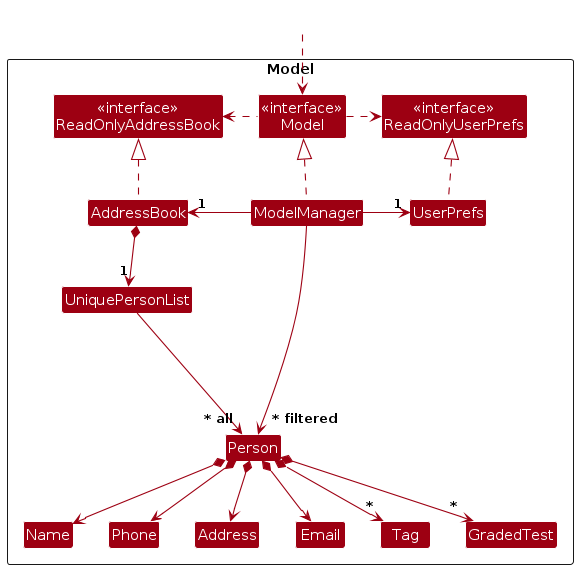
Before: diagrams/ModelClassDiagram.png, a diagram exported from PlantUML (Respirayson/tp). Its source is kept beside it as diagrams/ModelClassDiagram.puml. Source of this version:
```plantuml
@startuml
!include style.puml
skinparam arrowThickness 1.1
skinparam arrowColor MODEL_COLOR
skinparam classBackgroundColor MODEL_COLOR

Package Model as ModelPackage <<Rectangle>>{
Class "<<interface>>\nReadOnlyAddressBook" as ReadOnlyAddressBook
Class "<<interface>>\nReadOnlyUserPrefs" as ReadOnlyUserPrefs
Class "<<interface>>\nModel" as Model
Class AddressBook
Class ModelManager
Class UserPrefs

Class UniquePersonList
Class Person
Class Address
Class Email
Class Name
Class Phone
Class Tag
Class GradedTest

Class I #FFFFFF
}

Class HiddenOutside #FFFFFF
HiddenOutside ..> Model

AddressBook .up.|> ReadOnlyAddressBook

ModelManager .up.|> Model
Model .right.> ReadOnlyUserPrefs
Model .left.> ReadOnlyAddressBook
ModelManager -left-> "1" AddressBook
ModelManager -right-> "1" UserPrefs
UserPrefs .up.|> ReadOnlyUserPrefs

AddressBook *--> "1" UniquePersonList
UniquePersonList --> "~* all" Person
Person *--> Name
Person *--> Phone
Person *--> Email
Person *--> Address
Person *--> "*" Tag
Person *--> "*" GradedTest

Person -[hidden]up--> I
UniquePersonList -[hidden]right-> I

Name -[hidden]right-> Phone
Phone -[hidden]right-> Address
Address -[hidden]right-> Email

ModelManager --> "~* filtered" Person
@enduml
```
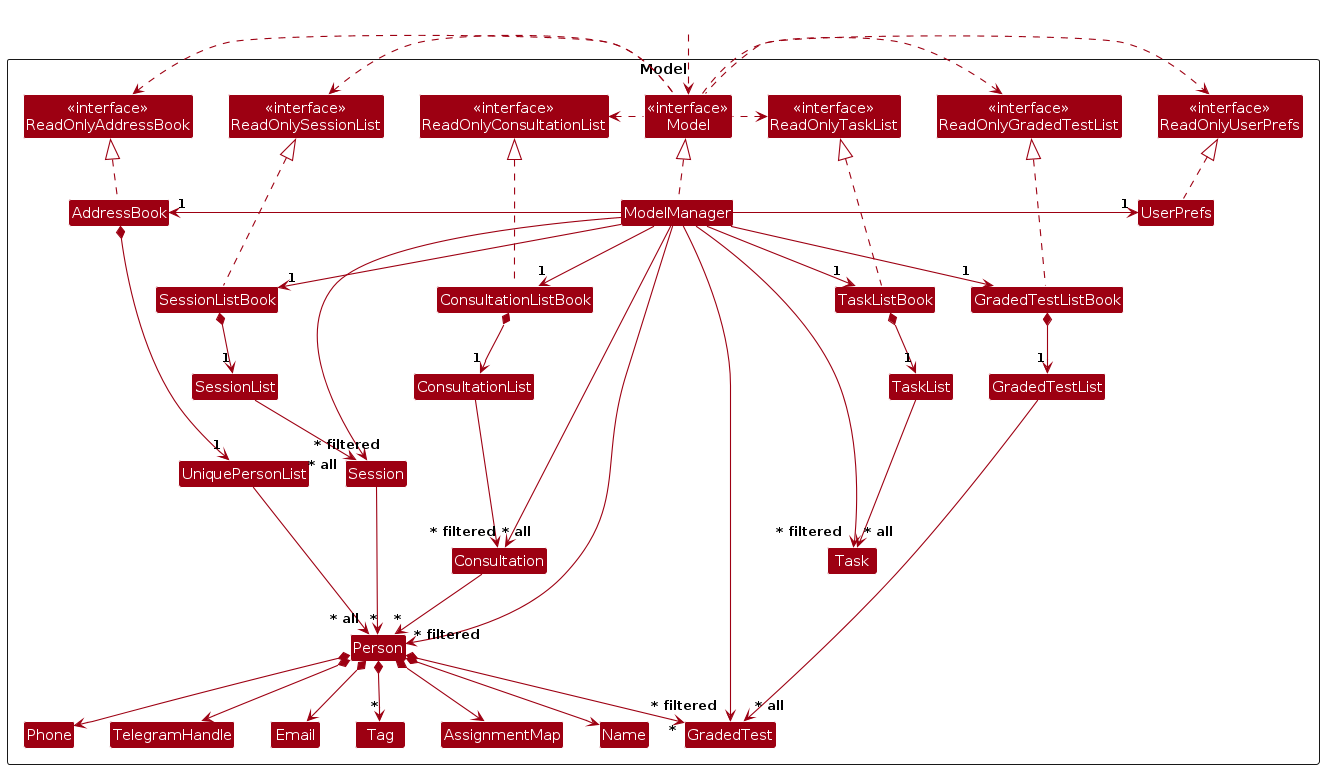
The same diagram one commit later.

What changed in the source:
```diff
@@ -6,51 +6,117 @@
 
 Package Model as ModelPackage <<Rectangle>>{
 Class "<<interface>>\nReadOnlyAddressBook" as ReadOnlyAddressBook
+Class "<<interface>>\nReadOnlyTaskList" as ReadOnlyTaskList
+Class "<<interface>>\nReadOnlyGradedTestList" as ReadOnlyGradedTestList
+Class "<<interface>>\nReadOnlyConsultationList" as ReadOnlyConsultationList
+Class "<<interface>>\nReadOnlySessionList" as ReadOnlySessionList
 Class "<<interface>>\nReadOnlyUserPrefs" as ReadOnlyUserPrefs
 Class "<<interface>>\nModel" as Model
 Class AddressBook
+Class TaskListBook
+Class SessionListBook
+Class ConsultationListBook
+Class GradedTestListBook
 Class ModelManager
 Class UserPrefs
 
 Class UniquePersonList
 Class Person
-Class Address
+Class TelegramHandle
 Class Email
 Class Name
 Class Phone
 Class Tag
 Class GradedTest
 
+Class TaskList
+Class Task
+
+Class ConsultationList
+Class Consultation
+
+Class SessionList
+Class Session
+
+Class GradedTestList
+Class GradedTest
+
+Class AssignmentMap
+
 Class I #FFFFFF
+Class J #FFFFFF
+Class K #FFFFFF
+Class S #FFFFFF
+Class T #FFFFFF
 }
 
 Class HiddenOutside #FFFFFF
 HiddenOutside ..> Model
 
 AddressBook .up.|> ReadOnlyAddressBook
+TaskListBook .up.|> ReadOnlyTaskList
+GradedTestListBook .up.|> ReadOnlyGradedTestList
+SessionListBook .up.|> ReadOnlySessionList
+ConsultationListBook .up.|> ReadOnlyConsultationList
 
 ModelManager .up.|> Model
 Model .right.> ReadOnlyUserPrefs
 Model .left.> ReadOnlyAddressBook
+Model .left.> ReadOnlyTaskList
+Model .left.> ReadOnlyGradedTestList
+Model .left.> ReadOnlySessionList
+Model .left.> ReadOnlyConsultationList
 ModelManager -left-> "1" AddressBook
+ModelManager -down-> "1" TaskListBook
+ModelManager -down-> "1" GradedTestListBook
+ModelManager -down-> "1" ConsultationListBook
+ModelManager -down-> "1" SessionListBook
 ModelManager -right-> "1" UserPrefs
 UserPrefs .up.|> ReadOnlyUserPrefs
 
 AddressBook *--> "1" UniquePersonList
 UniquePersonList --> "~* all" Person
+Person -[hidden]up--> I
+UniquePersonList -[hidden]right-> I
+
 Person *--> Name
 Person *--> Phone
 Person *--> Email
-Person *--> Address
+Person *--> TelegramHandle
 Person *--> "*" Tag
 Person *--> "*" GradedTest
+Person *--> AssignmentMap
 
-Person -[hidden]up--> I
-UniquePersonList -[hidden]right-> I
+
+TaskListBook *--> "1" TaskList
+TaskList --> "~* all" Task
+Task -[hidden]up--> T
+TaskList -[hidden]right-> T
+
+GradedTestListBook *--> "1" GradedTestList
+GradedTestList --> "~* all" GradedTest
+GradedTest -[hidden]up--> K
+GradedTestList -[hidden]right-> J
+
+ConsultationListBook *--> "1" ConsultationList
+ConsultationList --> "~* all" Consultation
+Consultation --> "*" Person
+Consultation -[hidden]up--> K
+ConsultationList -[hidden]right-> J
+
+SessionListBook *--> "1" SessionList
+SessionList --> "~* all" Session
+Session --> "*" Person
+Session -[hidden]up--> S
+SessionList -[hidden]right-> K
 
 Name -[hidden]right-> Phone
-Phone -[hidden]right-> Address
-Address -[hidden]right-> Email
+Phone -[hidden]right-> TelegramHandle
+TelegramHandle -[hidden]right-> Email
 
 ModelManager --> "~* filtered" Person
+ModelManager --> "~* filtered" Task
+ModelManager --> "~* filtered" Session
+ModelManager --> "~* filtered" GradedTest
+ModelManager --> "~* filtered" Consultation
 @enduml
```
